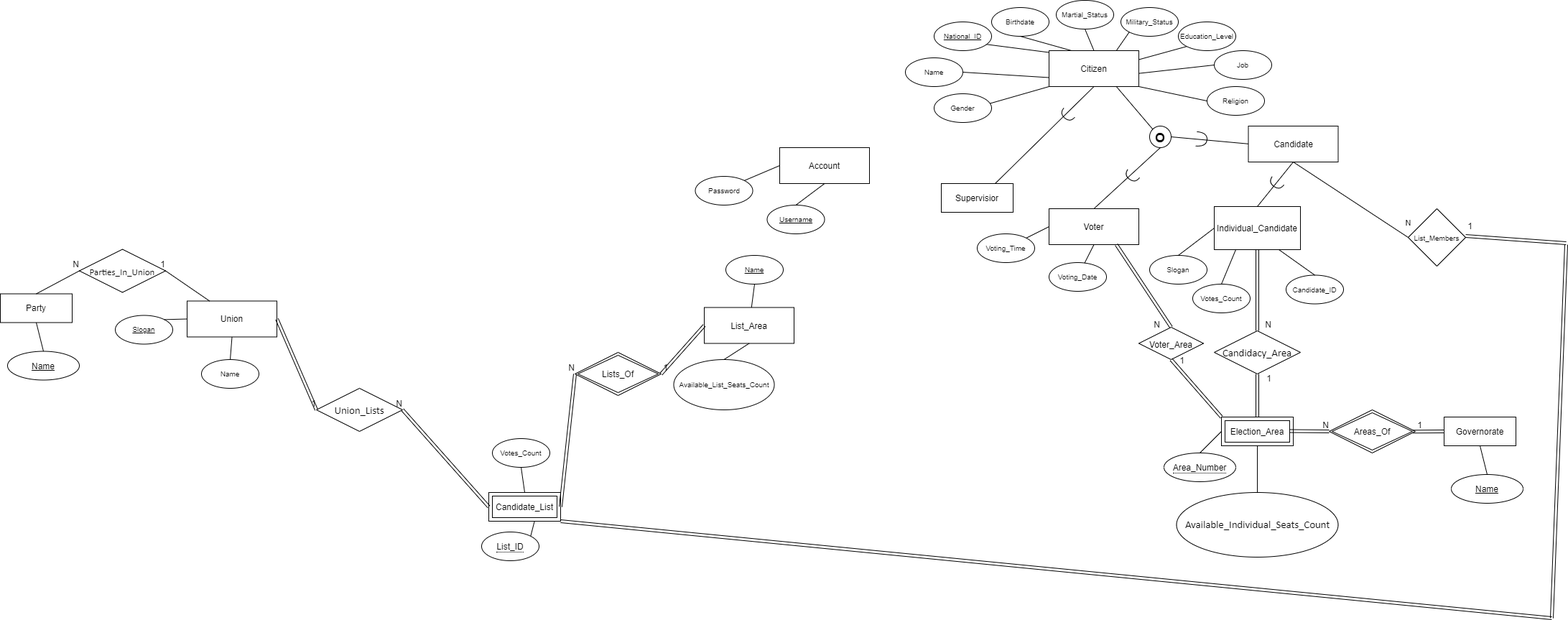
Before: ERD.png, a diagram exported from draw.io (ziad-khobeiz/e-voting-system). Source tidied: cells renumbered, new cells last; positions are measured from the earlier drawing's top-left corner, leaving out a move shared by most shapes.
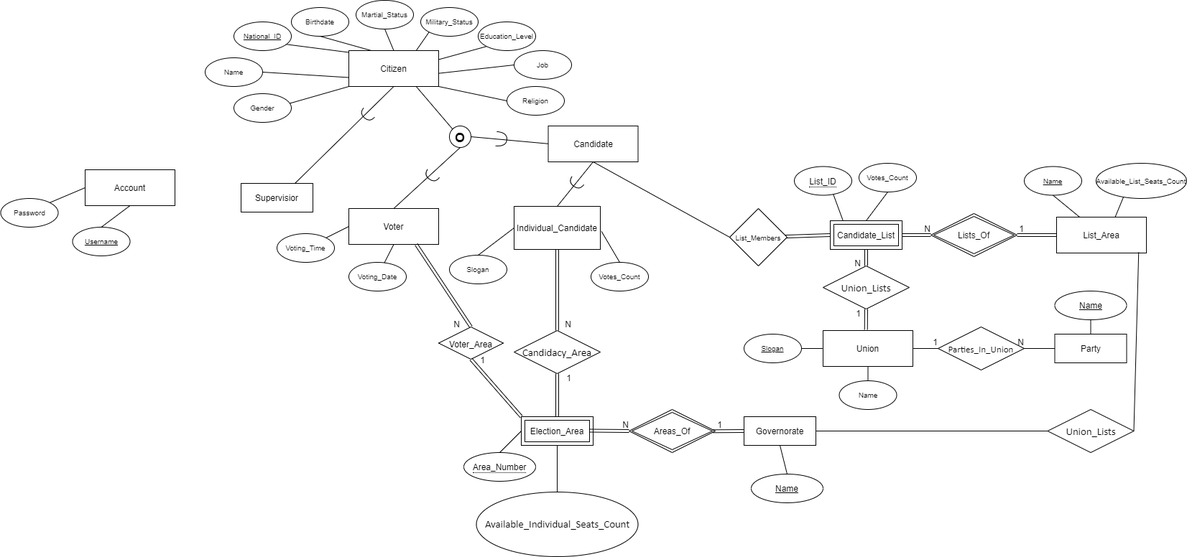
Above is the later version.

The edit, as a diff of the source:
```diff
@@ -77,13 +77,13 @@
       <mxGeometry relative="1" as="geometry" />
     </mxCell>
     <mxCell id="25" value="Account" style="rounded=0;whiteSpace=wrap;html=1;" parent="1" vertex="1">
-      <mxGeometry x="1085" y="205" width="125" height="50" as="geometry" />
+      <mxGeometry x="1093" y="236" width="125" height="50" as="geometry" />
     </mxCell>
     <mxCell id="26" value="Password" style="ellipse;whiteSpace=wrap;html=1;fontSize=10;" parent="1" vertex="1">
-      <mxGeometry x="967.5" y="245" width="80" height="40" as="geometry" />
+      <mxGeometry x="975.5" y="276" width="80" height="40" as="geometry" />
     </mxCell>
     <mxCell id="27" value="&lt;u&gt;Username&lt;/u&gt;" style="ellipse;whiteSpace=wrap;html=1;fontSize=10;" parent="1" vertex="1">
-      <mxGeometry x="1067.5" y="285" width="80" height="40" as="geometry" />
+      <mxGeometry x="1075.5" y="316" width="80" height="40" as="geometry" />
     </mxCell>
     <mxCell id="28" style="endArrow=none;html=1;entryX=0.5;entryY=0;entryDx=0;entryDy=0;exitX=0.5;exitY=1;exitDx=0;exitDy=0;" parent="1" edge="1" source="25" target="27">
       <mxGeometry relative="1" as="geometry" />
@@ -98,58 +98,52 @@
       <mxGeometry x="1600" y="355" width="80" height="40" as="geometry" />
     </mxCell>
     <mxCell id="32" value="Votes_Count" style="ellipse;whiteSpace=wrap;html=1;fontSize=10;" parent="1" vertex="1">
-      <mxGeometry x="1660" y="395" width="80" height="40" as="geometry" />
+      <mxGeometry x="1797" y="365" width="80" height="40" as="geometry" />
     </mxCell>
-    <mxCell id="33" value="Candidate_ID" style="ellipse;whiteSpace=wrap;html=1;fontSize=10;" parent="1" vertex="1">
-      <mxGeometry x="1790" y="382.5" width="80" height="40" as="geometry" />
-    </mxCell>
     <mxCell id="34" style="endArrow=none;html=1;entryX=0;entryY=0.5;entryDx=0;entryDy=0;exitX=0.5;exitY=0;exitDx=0;exitDy=0;" parent="1" edge="1" source="31" target="30">
       <mxGeometry relative="1" as="geometry" />
     </mxCell>
-    <mxCell id="35" style="endArrow=none;html=1;entryX=0.25;entryY=1;entryDx=0;entryDy=0;exitX=0.5;exitY=0;exitDx=0;exitDy=0;" parent="1" edge="1" source="32" target="30">
+    <mxCell id="35" style="endArrow=none;html=1;entryX=1.014;entryY=0.583;entryDx=0;entryDy=0;exitX=0.5;exitY=0;exitDx=0;exitDy=0;entryPerimeter=0;" parent="1" edge="1" source="32" target="30">
       <mxGeometry relative="1" as="geometry" />
     </mxCell>
-    <mxCell id="36" style="endArrow=none;html=1;entryX=0.75;entryY=1;entryDx=0;entryDy=0;exitX=0.5;exitY=0;exitDx=0;exitDy=0;" parent="1" edge="1" source="33" target="30">
-      <mxGeometry relative="1" as="geometry" />
-    </mxCell>
     <mxCell id="37" value="Union" style="rounded=0;whiteSpace=wrap;html=1;" parent="1" vertex="1">
-      <mxGeometry x="260" y="418.5" width="125" height="50" as="geometry" />
+      <mxGeometry x="2120" y="460" width="125" height="50" as="geometry" />
     </mxCell>
     <mxCell id="38" value="&lt;u&gt;Slogan&lt;/u&gt;" style="ellipse;whiteSpace=wrap;html=1;fontSize=10;" parent="1" vertex="1">
-      <mxGeometry x="160" y="438.5" width="80" height="40" as="geometry" />
+      <mxGeometry x="2010" y="465" width="80" height="40" as="geometry" />
     </mxCell>
     <mxCell id="39" value="Name" style="ellipse;whiteSpace=wrap;html=1;fontSize=10;" parent="1" vertex="1">
-      <mxGeometry x="280" y="500" width="80" height="40" as="geometry" />
+      <mxGeometry x="2142.5" y="530" width="80" height="40" as="geometry" />
     </mxCell>
-    <mxCell id="40" style="endArrow=none;html=1;entryX=1;entryY=0;entryDx=0;entryDy=0;exitX=0;exitY=0.5;exitDx=0;exitDy=0;" parent="1" edge="1" source="37" target="38">
+    <mxCell id="40" style="endArrow=none;html=1;entryX=1;entryY=0.5;entryDx=0;entryDy=0;exitX=0;exitY=0.5;exitDx=0;exitDy=0;" parent="1" edge="1" source="37" target="38">
       <mxGeometry relative="1" as="geometry" />
     </mxCell>
     <mxCell id="41" style="endArrow=none;html=1;entryX=0.5;entryY=0;entryDx=0;entryDy=0;exitX=0.5;exitY=1;exitDx=0;exitDy=0;" parent="1" edge="1" source="37" target="39">
       <mxGeometry relative="1" as="geometry" />
     </mxCell>
     <mxCell id="42" value="List_Area" style="rounded=0;whiteSpace=wrap;html=1;" parent="1" vertex="1">
-      <mxGeometry x="980" y="427.5" width="125" height="50" as="geometry" />
+      <mxGeometry x="2445" y="302" width="125" height="50" as="geometry" />
     </mxCell>
     <mxCell id="43" value="&lt;u&gt;Name&lt;/u&gt;" style="ellipse;whiteSpace=wrap;html=1;fontSize=10;" parent="1" vertex="1">
-      <mxGeometry x="1010" y="355" width="80" height="40" as="geometry" />
+      <mxGeometry x="2400" y="231.5" width="80" height="40" as="geometry" />
     </mxCell>
     <mxCell id="44" style="endArrow=none;html=1;exitX=0.5;exitY=1;exitDx=0;exitDy=0;" parent="1" edge="1" source="43" target="42">
       <mxGeometry relative="1" as="geometry" />
     </mxCell>
     <mxCell id="45" value="&lt;font style=&quot;font-size: 10px&quot;&gt;Available_List_Seats_Count&lt;/font&gt;" style="ellipse;whiteSpace=wrap;html=1;fontSize=10;" parent="1" vertex="1">
-      <mxGeometry x="937.5" y="500" width="140" height="70" as="geometry" />
+      <mxGeometry x="2500" y="227" width="126" height="49" as="geometry" />
     </mxCell>
-    <mxCell id="46" style="endArrow=none;html=1;entryX=0.5;entryY=1;entryDx=0;entryDy=0;exitX=0.5;exitY=0;exitDx=0;exitDy=0;" parent="1" edge="1" source="45" target="42">
+    <mxCell id="46" style="endArrow=none;html=1;entryX=0.654;entryY=-0.01;entryDx=0;entryDy=0;exitX=0.3;exitY=0.973;exitDx=0;exitDy=0;entryPerimeter=0;exitPerimeter=0;" parent="1" edge="1" source="45" target="42">
       <mxGeometry relative="1" as="geometry" />
     </mxCell>
-    <mxCell id="47" style="endArrow=none;html=1;entryX=0.638;entryY=0.986;entryDx=0;entryDy=0;entryPerimeter=0;exitX=1;exitY=0;exitDx=0;exitDy=0;" parent="1" edge="1" source="54" target="48">
+    <mxCell id="47" style="endArrow=none;html=1;entryX=0.175;entryY=-0.02;entryDx=0;entryDy=0;entryPerimeter=0;exitX=0.5;exitY=0;exitDx=0;exitDy=0;" parent="1" edge="1" source="54" target="48">
       <mxGeometry relative="1" as="geometry" />
     </mxCell>
     <mxCell id="48" value="Candidate_List" style="shape=ext;margin=3;double=1;whiteSpace=wrap;html=1;align=center;strokeColor=#000000;gradientColor=none;" parent="1" vertex="1">
-      <mxGeometry x="680" y="685" width="100" height="40" as="geometry" />
+      <mxGeometry x="2130" y="307" width="100" height="40" as="geometry" />
     </mxCell>
     <mxCell id="49" value="&lt;font style=&quot;font-size: 12px&quot;&gt;Lists_Of&lt;/font&gt;" style="shape=rhombus;double=1;perimeter=rhombusPerimeter;whiteSpace=wrap;html=1;align=center;strokeColor=#000000;gradientColor=none;" parent="1" vertex="1">
-      <mxGeometry x="800" y="490" width="120" height="60" as="geometry" />
+      <mxGeometry x="2270" y="297" width="120" height="60" as="geometry" />
     </mxCell>
     <mxCell id="50" style="shape=link;html=1;rounded=0;exitX=1;exitY=0.5;exitDx=0;exitDy=0;entryX=0;entryY=0.5;entryDx=0;entryDy=0;" parent="1" edge="1" source="48" target="49">
       <mxGeometry relative="1" as="geometry" />
@@ -166,10 +160,10 @@
       </mxGeometry>
     </mxCell>
     <mxCell id="54" value="&lt;span style=&quot;border-bottom: 1px dotted&quot;&gt;List_ID&lt;/span&gt;" style="ellipse;whiteSpace=wrap;html=1;align=center;strokeColor=#000000;gradientColor=none;" parent="1" vertex="1">
-      <mxGeometry x="670" y="740" width="80" height="40" as="geometry" />
+      <mxGeometry x="2080" y="231.5" width="80" height="40" as="geometry" />
     </mxCell>
     <mxCell id="55" value="Votes_Count" style="ellipse;whiteSpace=wrap;html=1;fontSize=10;" parent="1" vertex="1">
-      <mxGeometry x="685" y="610" width="80" height="40" as="geometry" />
+      <mxGeometry x="2170" y="227" width="80" height="40" as="geometry" />
     </mxCell>
     <mxCell id="56" style="endArrow=none;html=1;entryX=0.5;entryY=1;entryDx=0;entryDy=0;exitX=0.5;exitY=0;exitDx=0;exitDy=0;" parent="1" edge="1" source="48" target="55">
       <mxGeometry relative="1" as="geometry" />
@@ -207,12 +201,12 @@
       <mxGeometry relative="1" as="geometry" />
     </mxCell>
     <mxCell id="66" value="Party" style="whiteSpace=wrap;html=1;align=center;strokeColor=#000000;gradientColor=none;" parent="1" vertex="1">
-      <mxGeometry y="408.5" width="100" height="40" as="geometry" />
+      <mxGeometry x="2442.5" y="465" width="100" height="40" as="geometry" />
     </mxCell>
     <mxCell id="67" value="Name" style="ellipse;whiteSpace=wrap;html=1;align=center;fontStyle=4;strokeColor=#000000;gradientColor=none;" parent="1" vertex="1">
-      <mxGeometry x="10" y="488.5" width="100" height="40" as="geometry" />
+      <mxGeometry x="2442.5" y="405" width="100" height="40" as="geometry" />
     </mxCell>
-    <mxCell id="68" style="endArrow=none;html=1;rounded=0;exitX=0.5;exitY=1;exitDx=0;exitDy=0;entryX=0.5;entryY=0;entryDx=0;entryDy=0;" parent="1" edge="1" source="66" target="67">
+    <mxCell id="68" style="endArrow=none;html=1;rounded=0;entryX=0.5;entryY=1;entryDx=0;entryDy=0;exitX=0.5;exitY=0;exitDx=0;exitDy=0;" parent="1" edge="1" source="66" target="67">
       <mxGeometry relative="1" as="geometry" />
     </mxCell>
     <mxCell id="69" value="Supervisior" style="whiteSpace=wrap;html=1;align=center;strokeColor=#000000;gradientColor=none;" parent="1" vertex="1">
@@ -266,22 +260,22 @@
       <mxGeometry x="1585" y="455" width="90" height="45" as="geometry" />
     </mxCell>
     <mxCell id="85" value="&lt;span style=&quot;line-height: 107% ; font-family: &amp;#34;calibri&amp;#34; , sans-serif&quot;&gt;&lt;font style=&quot;font-size: 13px&quot;&gt;Parties_In_Union&lt;/font&gt;&lt;/span&gt;" style="shape=rhombus;perimeter=rhombusPerimeter;whiteSpace=wrap;html=1;align=center;strokeColor=#000000;gradientColor=none;fontSize=14;" parent="1" vertex="1">
-      <mxGeometry x="110" y="346.5" width="120" height="60" as="geometry" />
+      <mxGeometry x="2280" y="455" width="120" height="60" as="geometry" />
     </mxCell>
-    <mxCell id="86" style="endArrow=none;html=1;rounded=0;fontSize=14;entryX=0;entryY=0.5;entryDx=0;entryDy=0;exitX=0.5;exitY=0;exitDx=0;exitDy=0;" parent="1" edge="1" source="66" target="85">
+    <mxCell id="86" style="endArrow=none;html=1;rounded=0;fontSize=14;exitX=0;exitY=0.5;exitDx=0;exitDy=0;entryX=1;entryY=0.5;entryDx=0;entryDy=0;" parent="1" edge="1" source="66" target="85">
       <mxGeometry relative="1" as="geometry" />
     </mxCell>
     <mxCell id="87" value="N" style="html=1;align=right;verticalAlign=bottom;" parent="86" vertex="1">
       <mxGeometry x="1" relative="1" as="geometry" />
     </mxCell>
-    <mxCell id="88" style="endArrow=none;html=1;rounded=0;fontSize=14;entryX=1;entryY=0.5;entryDx=0;entryDy=0;exitX=0.25;exitY=0;exitDx=0;exitDy=0;" parent="1" edge="1" source="37" target="85">
+    <mxCell id="88" style="endArrow=none;html=1;rounded=0;fontSize=14;entryX=0;entryY=0.5;entryDx=0;entryDy=0;exitX=1;exitY=0.5;exitDx=0;exitDy=0;" parent="1" edge="1" source="37" target="85">
       <mxGeometry relative="1" as="geometry" />
     </mxCell>
     <mxCell id="89" value="1" style="html=1;align=right;verticalAlign=bottom;" parent="88" vertex="1">
       <mxGeometry x="1" relative="1" as="geometry" />
     </mxCell>
     <mxCell id="90" value="&lt;span style=&quot;font-size: 11.0pt ; line-height: 107% ; font-family: &amp;#34;calibri&amp;#34; , sans-serif&quot;&gt;Union_Lists&lt;/span&gt;" style="shape=rhombus;perimeter=rhombusPerimeter;whiteSpace=wrap;html=1;align=center;strokeColor=#000000;gradientColor=none;fontSize=14;" parent="1" vertex="1">
-      <mxGeometry x="440" y="540" width="120" height="60" as="geometry" />
+      <mxGeometry x="2120" y="370" width="120" height="60" as="geometry" />
     </mxCell>
     <mxCell id="91" style="shape=link;html=1;rounded=0;fontSize=14;exitX=0.5;exitY=1;exitDx=0;exitDy=0;entryX=0.5;entryY=0;entryDx=0;entryDy=0;" parent="1" edge="1" source="30" target="83">
       <mxGeometry relative="1" as="geometry" />
@@ -319,44 +313,32 @@
         <mxPoint x="-50.2" y="-70" as="offset" />
       </mxGeometry>
     </mxCell>
-    <mxCell id="99" style="shape=link;html=1;rounded=0;fontSize=14;exitX=1;exitY=0.5;exitDx=0;exitDy=0;entryX=0;entryY=0.5;entryDx=0;entryDy=0;" parent="1" edge="1" source="37" target="90">
+    <mxCell id="99" style="shape=link;html=1;rounded=0;fontSize=14;entryX=0.5;entryY=1;entryDx=0;entryDy=0;exitX=0.478;exitY=-0.024;exitDx=0;exitDy=0;exitPerimeter=0;" parent="1" edge="1" source="37" target="90">
       <mxGeometry relative="1" as="geometry" />
     </mxCell>
     <mxCell id="100" value="1" style="html=1;align=right;verticalAlign=bottom;" parent="99" vertex="1">
-      <mxGeometry x="1" relative="1" as="geometry" />
+      <mxGeometry x="1" relative="1" as="geometry">
+        <mxPoint x="-7.5" y="15.1" as="offset" />
+      </mxGeometry>
     </mxCell>
-    <mxCell id="101" style="shape=link;html=1;rounded=0;fontSize=14;entryX=1;entryY=0.5;entryDx=0;entryDy=0;exitX=0;exitY=0.5;exitDx=0;exitDy=0;" parent="1" edge="1" source="48" target="90">
-      <mxGeometry relative="1" as="geometry" />
+    <mxCell id="101" style="shape=link;html=1;rounded=0;fontSize=14;entryX=0.5;entryY=0;entryDx=0;entryDy=0;" parent="1" edge="1" target="90">
+      <mxGeometry relative="1" as="geometry">
+        <mxPoint x="2180" y="347" as="sourcePoint" />
+      </mxGeometry>
     </mxCell>
     <mxCell id="102" value="N" style="html=1;align=right;verticalAlign=bottom;" parent="101" vertex="1">
-      <mxGeometry x="1" relative="1" as="geometry" />
+      <mxGeometry x="1" relative="1" as="geometry">
+        <mxPoint x="-7.5" y="5" as="offset" />
+      </mxGeometry>
     </mxCell>
-    <mxCell id="103" style="shape=link;html=1;rounded=0;exitX=1;exitY=1;exitDx=0;exitDy=0;" parent="1" edge="1" source="48">
+    <mxCell id="103" style="shape=link;html=1;rounded=0;exitX=0;exitY=0.5;exitDx=0;exitDy=0;" parent="1" edge="1" source="48">
       <mxGeometry relative="1" as="geometry">
-        <mxPoint x="2160" y="860" as="targetPoint" />
+        <mxPoint x="2040" y="330" as="targetPoint" />
       </mxGeometry>
     </mxCell>
-    <mxCell id="104" style="shape=link;html=1;rounded=0;" parent="1" edge="1">
-      <mxGeometry relative="1" as="geometry">
-        <mxPoint x="2180" y="340" as="sourcePoint" />
-        <mxPoint x="2160" y="860" as="targetPoint" />
-      </mxGeometry>
-    </mxCell>
     <mxCell id="105" value="&lt;font style=&quot;font-size: 10px&quot;&gt;List_Members&lt;/font&gt;" style="rhombus;whiteSpace=wrap;html=1;" parent="1" vertex="1">
-      <mxGeometry x="1960" y="290" width="80" height="80" as="geometry" />
+      <mxGeometry x="1990" y="290" width="80" height="80" as="geometry" />
     </mxCell>
-    <mxCell id="106" value="N" style="shape=link;html=1;rounded=0;exitX=1;exitY=0.5;exitDx=0;exitDy=0;" parent="1" edge="1">
-      <mxGeometry x="-1" y="82" relative="1" as="geometry">
-        <mxPoint x="2040" y="328" as="sourcePoint" />
-        <mxPoint x="2180" y="338" as="targetPoint" />
-        <mxPoint x="-86" y="64" as="offset" />
-      </mxGeometry>
-    </mxCell>
-    <mxCell id="107" value="1" style="html=1;align=right;verticalAlign=bottom;" parent="106" vertex="1">
-      <mxGeometry x="1" relative="1" as="geometry">
-        <mxPoint x="-130.3" y="-15" as="offset" />
-      </mxGeometry>
-    </mxCell>
     <mxCell id="108" style="endArrow=none;html=1;exitX=0;exitY=0.5;exitDx=0;exitDy=0;entryX=0.5;entryY=1;entryDx=0;entryDy=0;" parent="1" edge="1" source="105" target="110">
       <mxGeometry relative="1" as="geometry" />
     </mxCell>
@@ -371,5 +353,16 @@
     <mxCell id="111" style="shape=requiredInterface;html=1;verticalLabelPosition=bottom;strokeColor=#000000;gradientColor=none;rotation=125;" parent="1" vertex="1">
       <mxGeometry x="1771" y="245" width="10" height="20" as="geometry" />
     </mxCell>
+    <mxCell id="112" style="endArrow=none;html=1;entryX=0.914;entryY=0.98;entryDx=0;entryDy=0;entryPerimeter=0;exitX=1;exitY=0.5;exitDx=0;exitDy=0;" parent="1" edge="1" source="114" target="42">
+      <mxGeometry relative="1" as="geometry" />
+    </mxCell>
+    <mxCell id="113" style="endArrow=none;html=1;exitX=1;exitY=0.5;exitDx=0;exitDy=0;" parent="1" edge="1" source="59">
+      <mxGeometry relative="1" as="geometry">
+        <mxPoint x="2440" y="600" as="targetPoint" />
+      </mxGeometry>
+    </mxCell>
+    <mxCell id="114" value="&lt;span style=&quot;font-size: 11.0pt ; line-height: 107% ; font-family: &amp;#34;calibri&amp;#34; , sans-serif&quot;&gt;Union_Lists&lt;/span&gt;" style="shape=rhombus;perimeter=rhombusPerimeter;whiteSpace=wrap;html=1;align=center;strokeColor=#000000;gradientColor=none;fontSize=14;" parent="1" vertex="1">
+      <mxGeometry x="2432.5" y="570" width="120" height="60" as="geometry" />
+    </mxCell>
   </root>
 </mxGraphModel>
```
